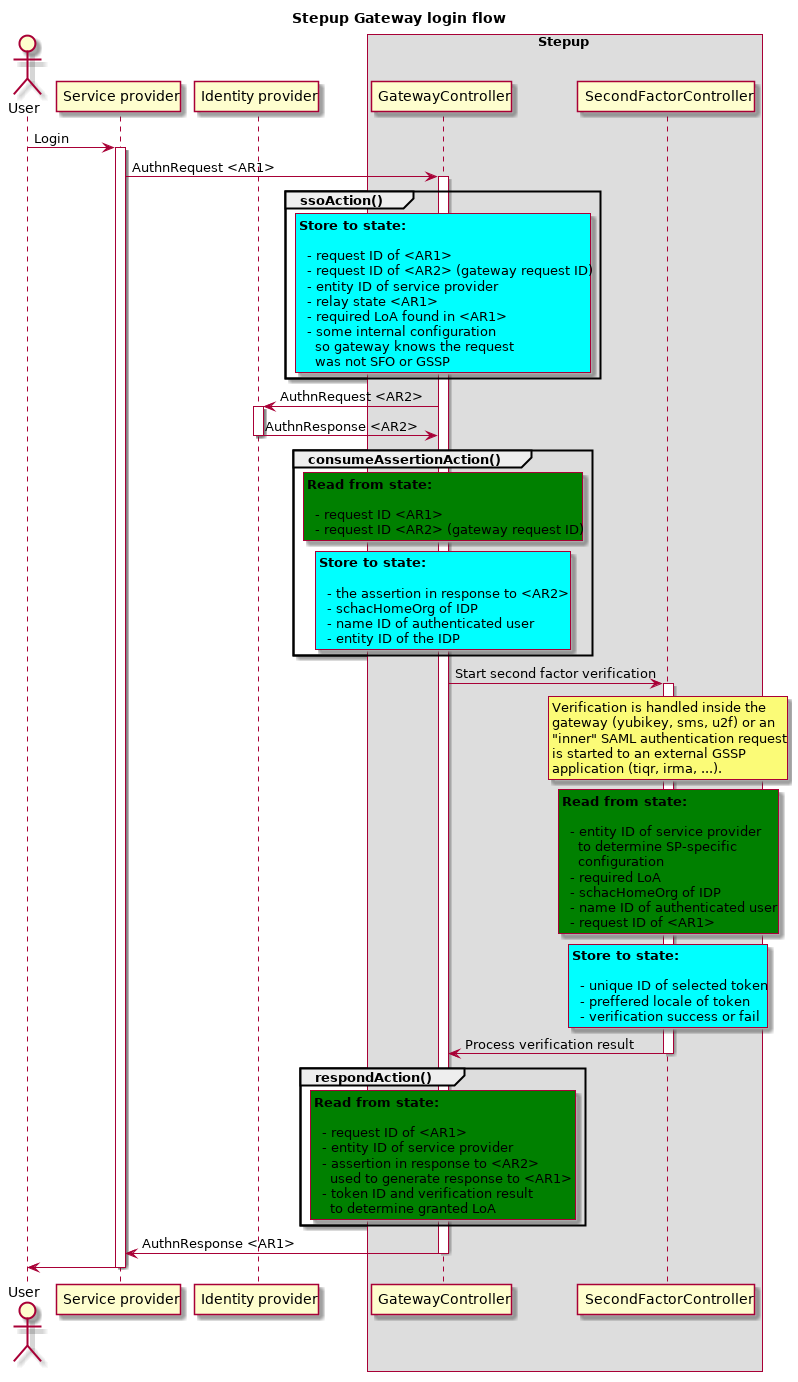
The PlantUML diagram docs/diagrams/gateway-state-login-flow.png in OpenConext/Stepup-Gateway, before a commit. Source of this version:
```plantuml
@startuml diagrams/gateway-state-login-flow.png

title Stepup Gateway login flow
actor User

participant "Service provider" as SP
participant "Identity provider" as IDP
box "Stepup"
    participant "GatewayController" as GW
    participant "SecondFactorController" as SF
end box

User -> SP: Login
activate SP

    SP -> GW: AuthnRequest <AR1>
    activate GW

        group ssoAction()
            rnote over GW #aqua
            **Store to state:**

              - request ID of <AR1>
              - request ID of <AR2> (gateway request ID)
              - entity ID of service provider
              - relay state <AR1>
              - required LoA found in <AR1>
              - some internal configuration
                so gateway knows the request
                was not SFO or GSSP
            end note
        end

        GW -> IDP: AuthnRequest <AR2>
        activate IDP
            IDP -> GW: AuthnResponse <AR2>
        deactivate IDP

        group consumeAssertionAction()
            rnote over GW #green
            **Read from state:**

              - request ID <AR1>
              - request ID <AR2> (gateway request ID)
            end note

            rnote over GW #aqua
            **Store to state:**

              - the assertion in response to <AR2>
              - schacHomeOrg of IDP
              - name ID of authenticated user
              - entity ID of the IDP
            end note
        end

        GW -> SF: Start second factor verification
        activate SF
            rnote over SF
                Verification is handled inside the
                gateway (yubikey, sms, u2f) or an
                "inner" SAML authentication request
                is started to an external GSSP
                application (tiqr, irma, ...).
            end note
            rnote over SF #green
            **Read from state:**

              - entity ID of service provider
                to determine SP-specific
                configuration
              - required LoA
              - schacHomeOrg of IDP
              - name ID of authenticated user
              - request ID of <AR1>
            end note

            rnote over SF #aqua
            **Store to state:**

              - unique ID of selected token
              - preffered locale of token
              - verification success or fail
            end note

            SF -> GW: Process verification result
        deactivate SF

        group respondAction()
            rnote over GW #green
            **Read from state:**

              - request ID of <AR1>
              - entity ID of service provider
              - assertion in response to <AR2>
                used to generate response to <AR1>
              - token ID and verification result
                to determine granted LoA
            end note
        end

        GW -> SP: AuthnResponse <AR1>
    deactivate GW

    SP -> User
deactivate SP

@enduml
```
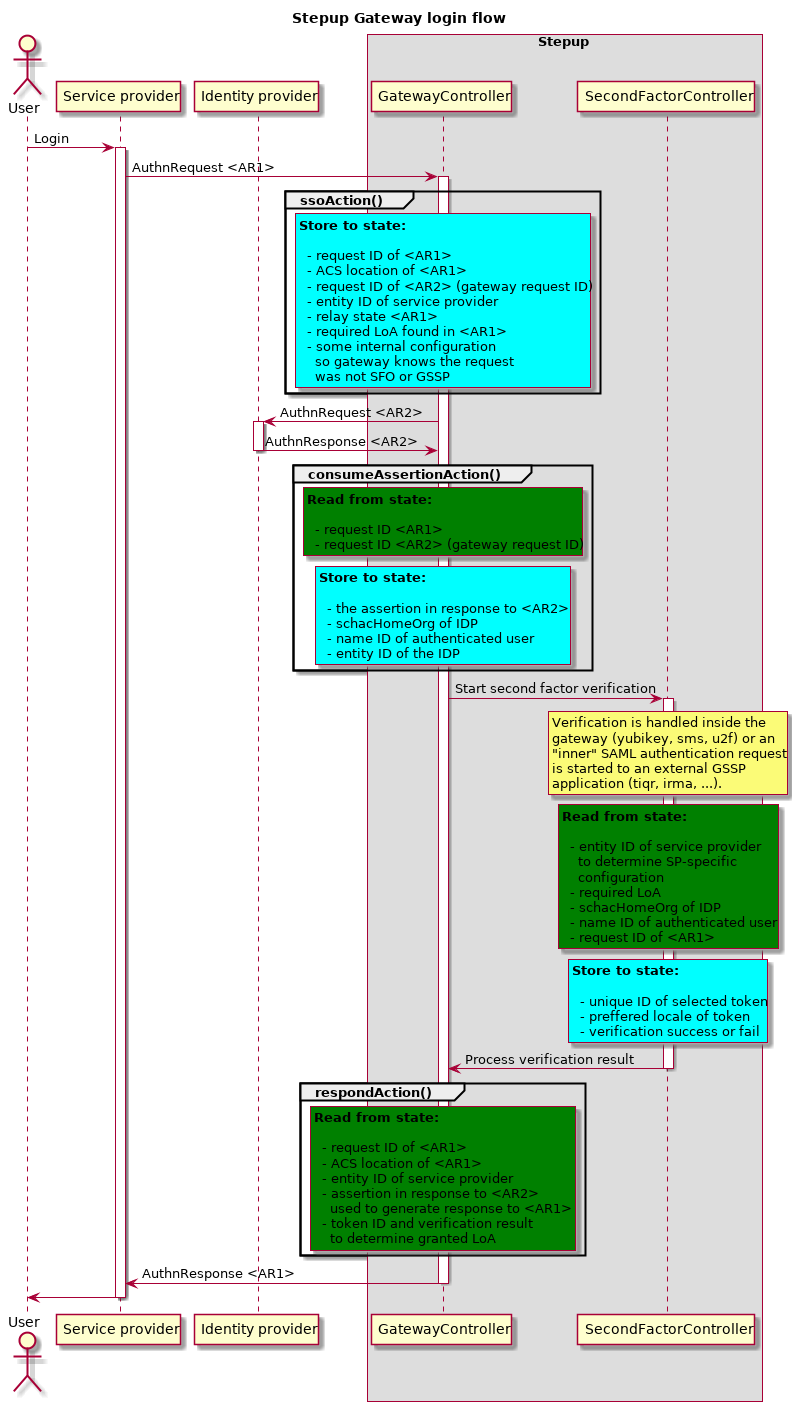
The same diagram one commit later.

The edit, as a diff of the source:
```diff
@@ -21,6 +21,7 @@
             **Store to state:**
 
               - request ID of <AR1>
+              - ACS location of <AR1>
               - request ID of <AR2> (gateway request ID)
               - entity ID of service provider
               - relay state <AR1>
@@ -91,6 +92,7 @@
             **Read from state:**
 
               - request ID of <AR1>
+              - ACS location of <AR1>
               - entity ID of service provider
               - assertion in response to <AR2>
                 used to generate response to <AR1>
```
